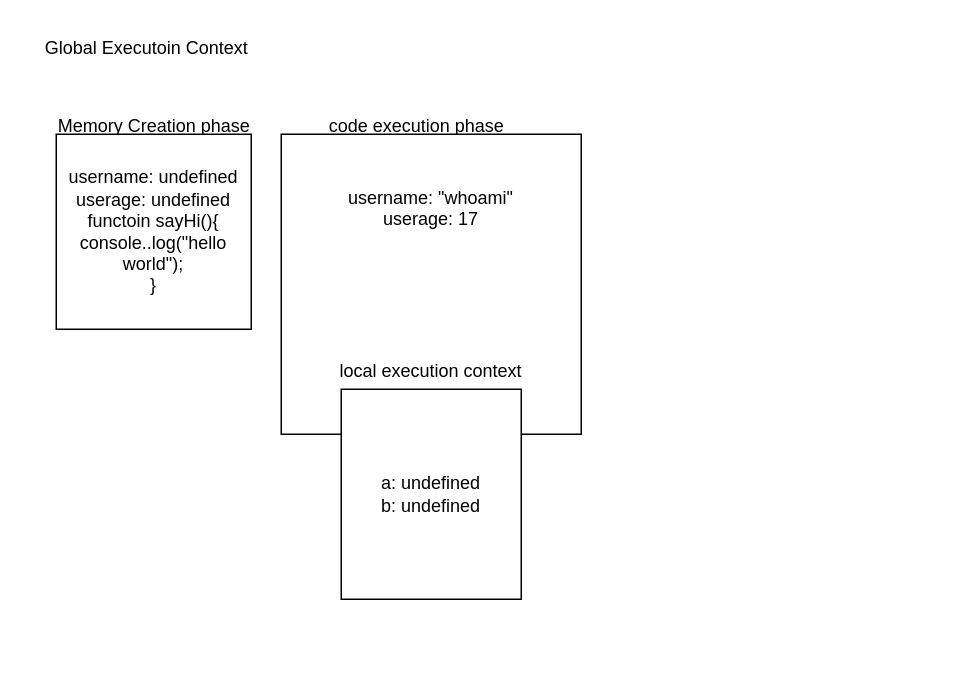
Earlier version of the draw.io diagram .drawio (ExploitEngineer/EveryThing_youNeed_ToLearn_JavaScript). Source tidied: cells renumbered, new cells numbered last; positions are measured from the earlier drawing's top-left corner, leaving out a move shared by most shapes. Both pictures are drawn from the tidied source at 150%, with x=0, y=0 at pixel (26, 26).
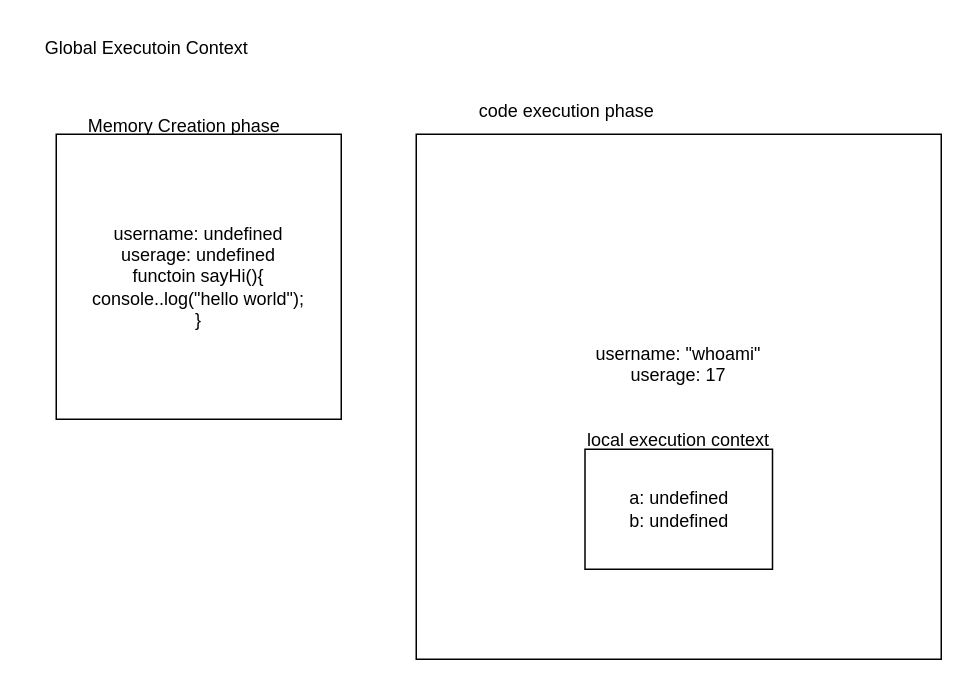
The same diagram, later.

Diff of the diagram source:
```diff
@@
 <mxGraphModel>
   <root>
     <mxCell id="0" />
     <mxCell id="1" parent="0" />
     <mxCell id="2" value="Global Executoin Context" style="text;html=1;align=center;verticalAlign=middle;strokeColor=none;fillColor=none;" parent="1" vertex="1">
       <mxGeometry width="160" height="30" as="geometry" />
     </mxCell>
     <mxCell id="3" value="Memory Creation phase" style="text;html=1;align=center;verticalAlign=middle;strokeColor=none;fillColor=none;strokeWidth=0;" parent="1" vertex="1">
-      <mxGeometry x="10" y="52" width="150" height="30" as="geometry" />
+      <mxGeometry x="30" y="52" width="150" height="30" as="geometry" />
     </mxCell>
     <mxCell id="4" value="username: undefined&lt;div&gt;userage: undefined&lt;/div&gt;&lt;div&gt;functoin sayHi(){&lt;/div&gt;&lt;div&gt;console..log(&quot;hello world&quot;);&lt;/div&gt;&lt;div&gt;}&lt;/div&gt;" style="whiteSpace=wrap;html=1;" parent="1" vertex="1">
-      <mxGeometry x="20" y="72" width="130" height="130" as="geometry" />
+      <mxGeometry x="20" y="72" width="190" height="190" as="geometry" />
     </mxCell>
     <mxCell id="5" value="code execution phase" style="text;html=1;align=center;verticalAlign=middle;strokeColor=none;fillColor=none;" parent="1" vertex="1">
-      <mxGeometry x="190" y="52" width="140" height="30" as="geometry" />
+      <mxGeometry x="290" y="42" width="140" height="30" as="geometry" />
     </mxCell>
-    <mxCell id="6" value="username: &quot;whoami&quot;&lt;div&gt;userage: 17&lt;/div&gt;&lt;div&gt;&lt;br&gt;&lt;/div&gt;&lt;div&gt;&lt;br&gt;&lt;/div&gt;&lt;div&gt;&lt;br&gt;&lt;/div&gt;&lt;div&gt;&lt;br&gt;&lt;/div&gt;&lt;div&gt;&lt;br&gt;&lt;/div&gt;&lt;div&gt;&lt;br&gt;&lt;/div&gt;&lt;div&gt;local execution context&lt;/div&gt;" style="whiteSpace=wrap;html=1;" parent="1" vertex="1">
-      <mxGeometry x="170" y="72" width="200" height="200" as="geometry" />
+    <mxCell id="6" value="username: &quot;whoami&quot;&lt;div&gt;userage: 17&lt;/div&gt;&lt;div&gt;&lt;br&gt;&lt;/div&gt;&lt;div&gt;&lt;br&gt;&lt;/div&gt;&lt;div&gt;local execution context&lt;/div&gt;" style="whiteSpace=wrap;html=1;" parent="1" vertex="1">
+      <mxGeometry x="260" y="72" width="350" height="350" as="geometry" />
     </mxCell>
     <mxCell id="7" value="a: undefined&lt;div&gt;b: undefined&lt;/div&gt;" style="rounded=0;whiteSpace=wrap;html=1;" parent="1" vertex="1">
-      <mxGeometry x="210" y="242" width="120" height="140" as="geometry" />
+      <mxGeometry x="372.5" y="282" width="125" height="80" as="geometry" />
     </mxCell>
   </root>
 </mxGraphModel>
```
